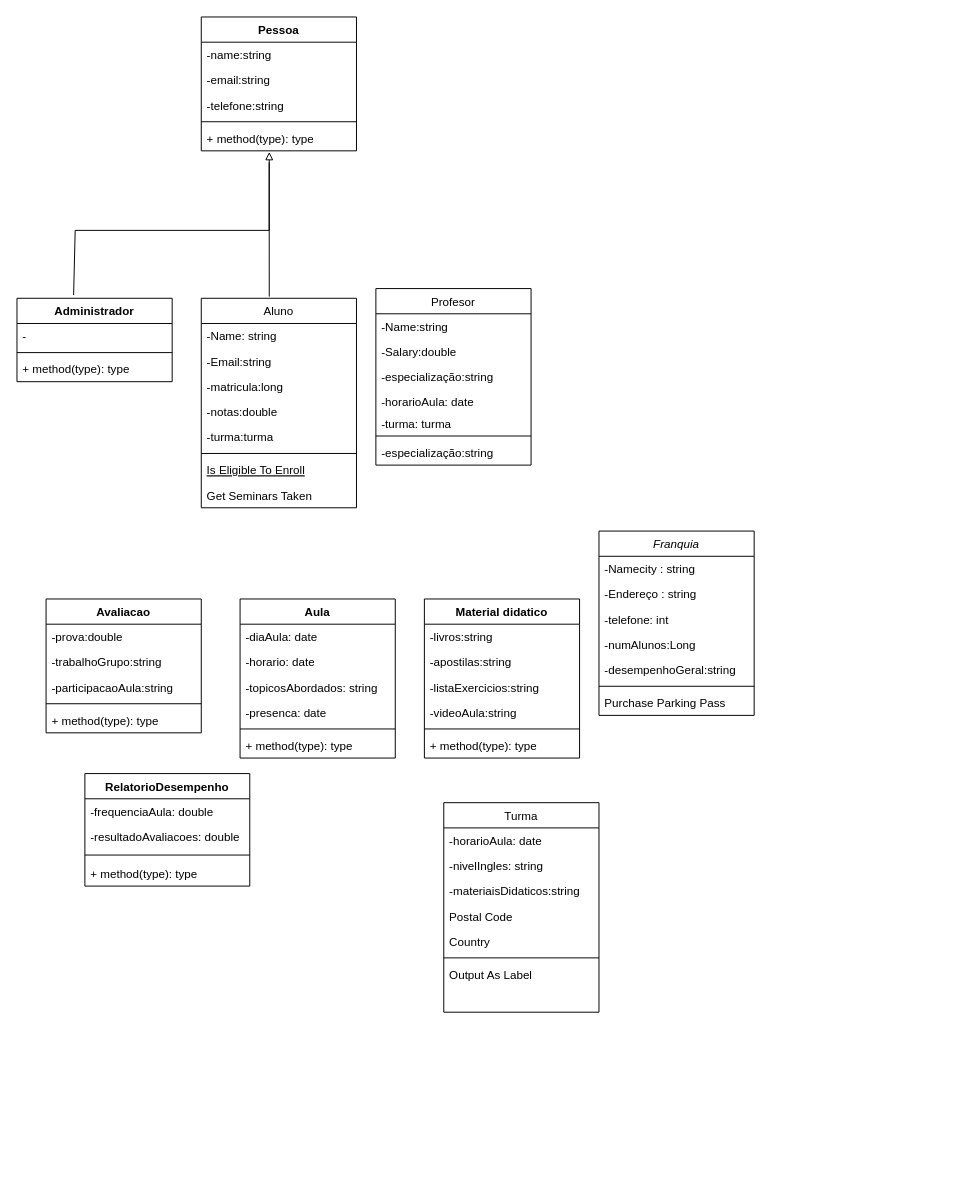
Earlier version of the draw.io diagram Diagrama-Classes/Escola-Ingles.drawio (Wal221/ProjetoWeb2). Source tidied: cells renumbered, new cells numbered last; positions are measured from the earlier drawing's top-left corner, leaving out a move shared by most shapes. Both pictures are drawn from the tidied source at 97%, with x=0, y=0 at pixel (16, 16).
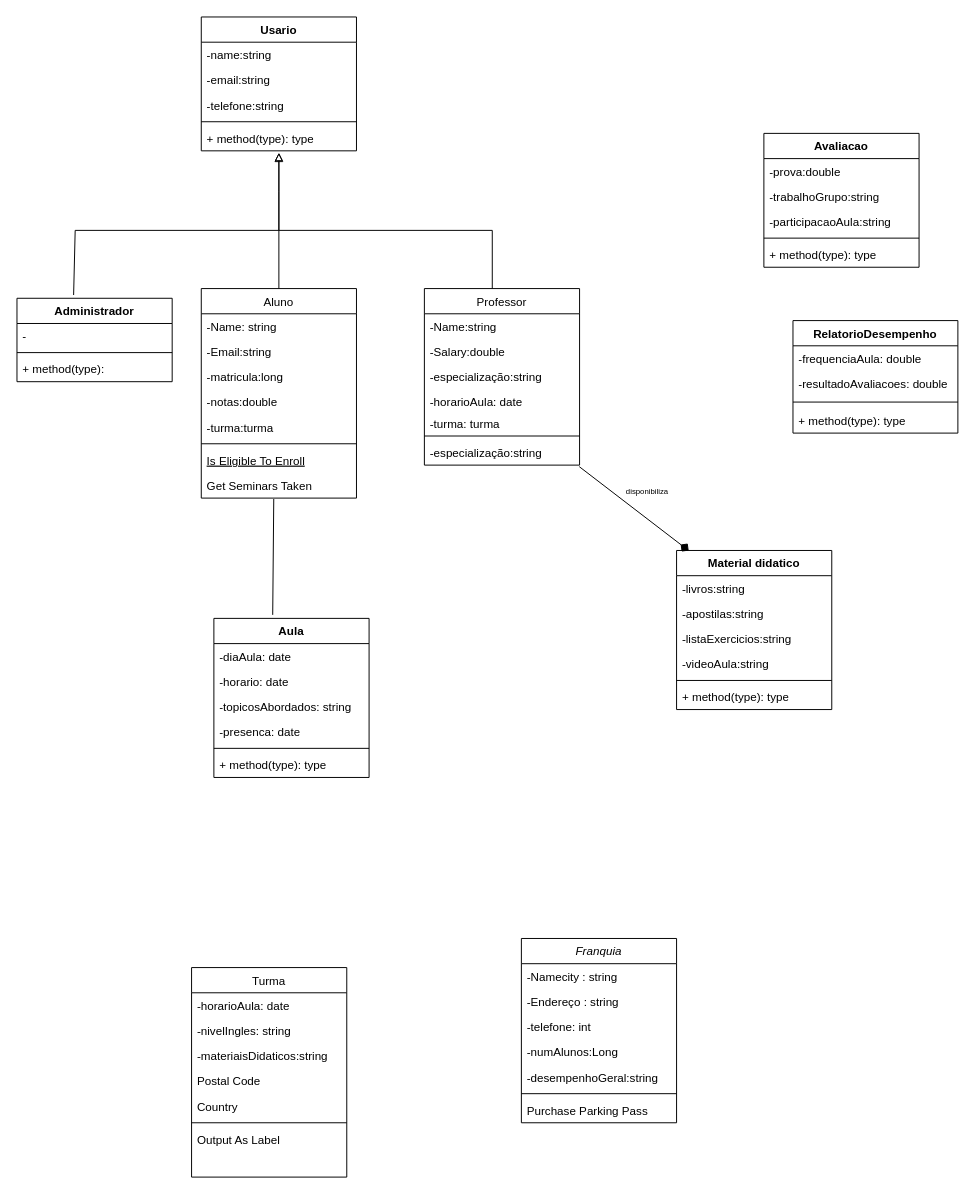
The same diagram, later.

The change refers to these unchanged cells:
```xml
<mxCell id="18" value="Get Seminars Taken" style="text;align=left;verticalAlign=top;spacingLeft=4;spacingRight=4;overflow=hidden;points=[[0,0.5],[1,0.5]];portConstraint=eastwest;" parent="10" vertex="1">
  <mxGeometry y="190" width="160" height="26" as="geometry" />
</mxCell>
<mxCell id="26" value="-especialização:string&#10;" style="text;align=left;verticalAlign=top;spacingLeft=4;spacingRight=4;overflow=hidden;points=[[0,0.5],[1,0.5]];portConstraint=eastwest;" parent="19" vertex="1">
  <mxGeometry y="156" width="160" height="26" as="geometry" />
</mxCell>
<mxCell id="60" value="Administrador" style="swimlane;fontStyle=1;align=center;verticalAlign=top;horizontal=1;startSize=26;whiteSpace=wrap;html=1;" parent="1" vertex="1">
  <mxGeometry y="290" width="160" height="86" as="geometry" />
</mxCell>
<mxCell id="69" value="+ method(type): type" style="text;strokeColor=none;fillColor=none;align=left;verticalAlign=top;spacingLeft=4;spacingRight=4;overflow=hidden;points=[[0,0.5],[1,0.5]];portConstraint=eastwest;whiteSpace=wrap;html=1;" parent="64" vertex="1">
  <mxGeometry y="112" width="160" height="26" as="geometry" />
</mxCell>
```

Change to the diagram source:
```diff
@@
     <mxCell id="2" value="Franquia" style="swimlane;fontStyle=2;align=center;verticalAlign=top;horizontal=1;startSize=26;rounded=0;shadow=0;strokeWidth=1;" parent="1" vertex="1">
-      <mxGeometry x="600" y="530" width="160" height="190" as="geometry" />
+      <mxGeometry x="520" y="950" width="160" height="190" as="geometry" />
     </mxCell>
@@
     <mxCell id="10" value="Aluno" style="swimlane;fontStyle=0;align=center;verticalAlign=top;horizontal=1;startSize=26;rounded=0;shadow=0;strokeWidth=1;" parent="1" vertex="1">
-      <mxGeometry x="190" y="290" width="160" height="216" as="geometry" />
+      <mxGeometry x="190" y="280" width="160" height="216" as="geometry" />
     </mxCell>
@@
-    <mxCell id="19" value="Profesor" style="swimlane;fontStyle=0;align=center;verticalAlign=top;horizontal=1;startSize=26;rounded=0;shadow=0;strokeWidth=1;" parent="1" vertex="1">
-      <mxGeometry x="370" y="280" width="160" height="182" as="geometry" />
+    <mxCell id="19" value="Professor" style="swimlane;fontStyle=0;align=center;verticalAlign=top;horizontal=1;startSize=26;rounded=0;shadow=0;strokeWidth=1;" parent="1" vertex="1">
+      <mxGeometry x="420" y="280" width="160" height="182" as="geometry" />
     </mxCell>
@@
     <mxCell id="27" value="Turma" style="swimlane;fontStyle=0;align=center;verticalAlign=top;horizontal=1;startSize=26;rounded=0;shadow=0;strokeWidth=1;" parent="1" vertex="1">
-      <mxGeometry x="440" y="810" width="160" height="216" as="geometry" />
+      <mxGeometry x="180" y="980" width="160" height="216" as="geometry" />
     </mxCell>
@@
     <mxCell id="35" value="Aula" style="swimlane;fontStyle=1;align=center;verticalAlign=top;horizontal=1;startSize=26;whiteSpace=wrap;html=1;" parent="1" vertex="1">
-      <mxGeometry x="230" y="600" width="160" height="164" as="geometry" />
+      <mxGeometry x="203" y="620" width="160" height="164" as="geometry" />
     </mxCell>
@@
     <mxCell id="42" value="Material didatico" style="swimlane;fontStyle=1;align=center;verticalAlign=top;horizontal=1;startSize=26;whiteSpace=wrap;html=1;" parent="1" vertex="1">
-      <mxGeometry x="420" y="600" width="160" height="164" as="geometry" />
+      <mxGeometry x="680" y="550" width="160" height="164" as="geometry" />
     </mxCell>
@@
     <mxCell id="49" value="Avaliacao" style="swimlane;fontStyle=1;align=center;verticalAlign=top;horizontal=1;startSize=26;whiteSpace=wrap;html=1;" parent="1" vertex="1">
-      <mxGeometry x="30" y="600" width="160" height="138" as="geometry" />
+      <mxGeometry x="770" y="120" width="160" height="138" as="geometry" />
     </mxCell>
@@
     <mxCell id="55" value="RelatorioDesempenho" style="swimlane;fontStyle=1;align=center;verticalAlign=top;horizontal=1;startSize=26;whiteSpace=wrap;html=1;" parent="1" vertex="1">
-      <mxGeometry x="70" y="780" width="170" height="116" as="geometry" />
+      <mxGeometry x="800" y="313" width="170" height="116" as="geometry" />
     </mxCell>
@@
-    <mxCell id="63" value="+ method(type): type" style="text;strokeColor=none;fillColor=none;align=left;verticalAlign=top;spacingLeft=4;spacingRight=4;overflow=hidden;whiteSpace=wrap;html=1;" parent="60" vertex="1">
+    <mxCell id="63" value="+ method(type):&amp;nbsp;" style="text;strokeColor=none;fillColor=none;align=left;verticalAlign=top;spacingLeft=4;spacingRight=4;overflow=hidden;whiteSpace=wrap;html=1;" parent="60" vertex="1">
       <mxGeometry y="60" width="160" height="26" as="geometry" />
     </mxCell>
-    <mxCell id="64" value="Pessoa" style="swimlane;fontStyle=1;align=center;verticalAlign=top;horizontal=1;startSize=26;whiteSpace=wrap;html=1;" parent="1" vertex="1">
+    <mxCell id="64" value="Usario" style="swimlane;fontStyle=1;align=center;verticalAlign=top;horizontal=1;startSize=26;whiteSpace=wrap;html=1;" parent="1" vertex="1">
       <mxGeometry x="190" width="160" height="138" as="geometry" />
     </mxCell>
@@
-    <mxCell id="70" style="endArrow=block;html=1;rounded=0;entryX=0.438;entryY=1.045;entryDx=0;entryDy=0;entryPerimeter=0;endFill=0;exitX=0.365;exitY=-0.039;exitDx=0;exitDy=0;exitPerimeter=0;" parent="1" edge="1" source="60" target="69">
+    <mxCell id="70" style="endArrow=block;html=1;rounded=0;endFill=0;exitX=0.365;exitY=-0.039;exitDx=0;exitDy=0;exitPerimeter=0;" parent="1" edge="1" source="60">
       <mxGeometry relative="1" as="geometry">
+        <mxPoint x="270" y="140" as="targetPoint" />
         <Array as="points">
           <mxPoint x="60" y="220" />
-          <mxPoint x="260" y="220" />
+          <mxPoint x="270" y="220" />
+          <mxPoint x="270" y="180" />
         </Array>
       </mxGeometry>
     </mxCell>
-    <mxCell id="71" style="endArrow=none;html=1;rounded=0;exitX=0.438;exitY=-0.008;exitDx=0;exitDy=0;exitPerimeter=0;" parent="1" edge="1" source="10">
-      <mxGeometry relative="1" as="geometry">
-        <mxPoint x="260" y="150" as="targetPoint" />
-      </mxGeometry>
-    </mxCell>
+    <mxCell id="72" style="endArrow=block;html=1;rounded=0;exitX=0.5;exitY=0;exitDx=0;exitDy=0;endFill=0;endSize=7;" parent="1" edge="1" source="10">
+      <mxGeometry relative="1" as="geometry">
+        <mxPoint x="270" y="140" as="targetPoint" />
+      </mxGeometry>
+    </mxCell>
+    <mxCell id="73" style="endArrow=none;html=1;rounded=0;" parent="1" edge="1">
+      <mxGeometry relative="1" as="geometry">
+        <mxPoint x="490" y="280" as="sourcePoint" />
+        <mxPoint x="270" y="220" as="targetPoint" />
+        <Array as="points">
+          <mxPoint x="490" y="220" />
+        </Array>
+      </mxGeometry>
+    </mxCell>
+    <mxCell id="74" style="endArrow=diamond;html=1;rounded=0;exitX=0.998;exitY=1.06;exitDx=0;exitDy=0;exitPerimeter=0;entryX=0.078;entryY=0.001;entryDx=0;entryDy=0;entryPerimeter=0;endFill=1;endSize=8;" parent="1" edge="1" source="26" target="42">
+      <mxGeometry relative="1" as="geometry" />
+    </mxCell>
+    <mxCell id="75" value="disponibiliza" style="text;html=1;align=center;verticalAlign=middle;whiteSpace=wrap;rounded=0;fontSize=8;" parent="1" vertex="1">
+      <mxGeometry x="630" y="482" width="40" height="14" as="geometry" />
+    </mxCell>
+    <mxCell id="76" style="endArrow=none;html=1;rounded=0;entryX=0.467;entryY=1.036;entryDx=0;entryDy=0;entryPerimeter=0;exitX=0.379;exitY=-0.022;exitDx=0;exitDy=0;exitPerimeter=0;" parent="1" edge="1" source="35" target="18">
+      <mxGeometry relative="1" as="geometry" />
+    </mxCell>
```
